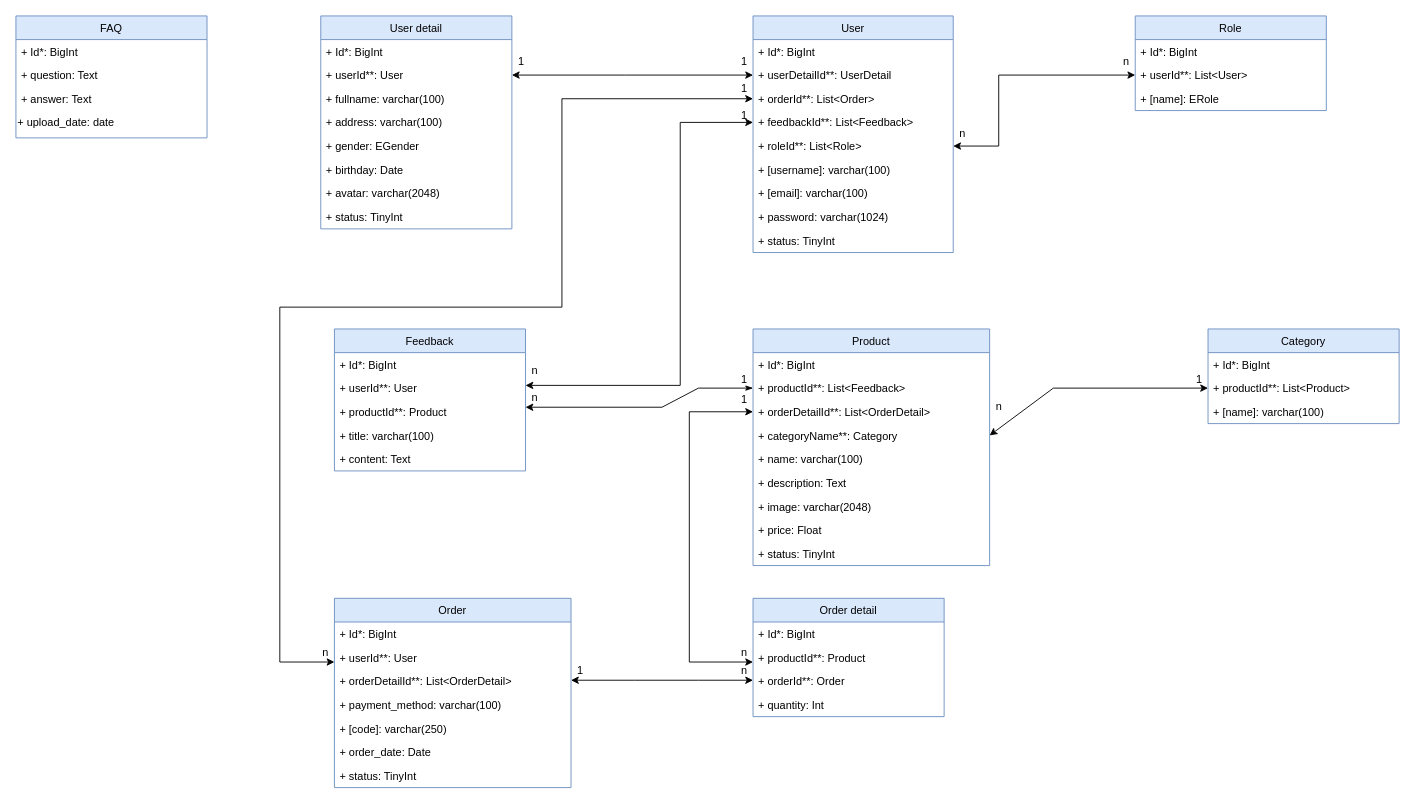
This is Documentations/UML/database_diagram.drawio from sandangt/icecream, a draw.io file, before an edit. Source tidied: cells renumbered, new cells numbered last; positions are measured from the earlier drawing's top-left corner, leaving out a move shared by most shapes. Both pictures are drawn from the tidied source at 91%, with x=0, y=0 at pixel (15, 15).
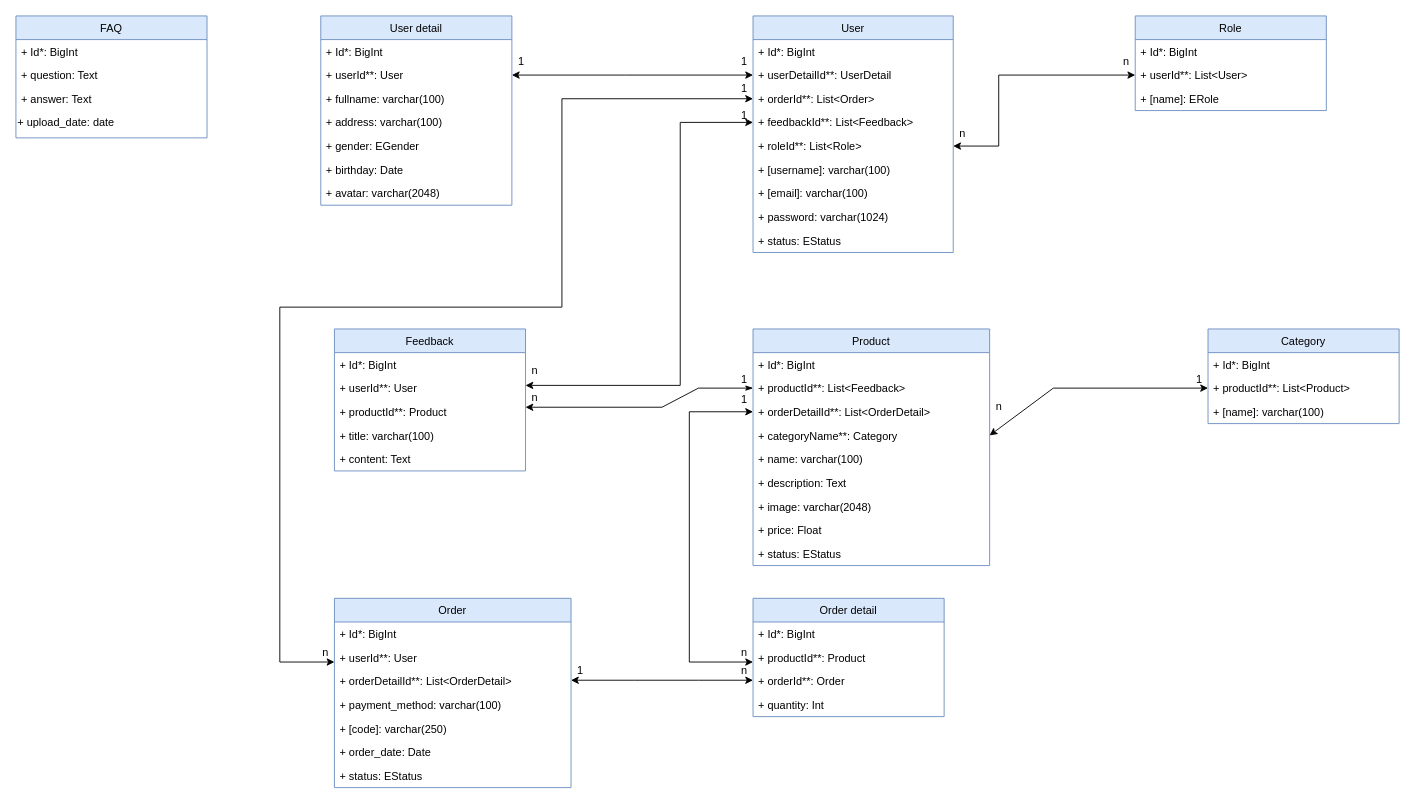
The same page after the edit.

Unchanged cells that the change refers to:
```xml
<mxCell id="2" value="User" style="swimlane;fontStyle=0;horizontal=1;startSize=26;fillColor=#dae8fc;strokeColor=#6c8ebf;" parent="1" vertex="1">
  <mxGeometry x="810" width="220" height="260" as="geometry" />
</mxCell>
<mxCell id="26" value="Product" style="swimlane;fontStyle=0;horizontal=1;startSize=26;fillColor=#dae8fc;strokeColor=#6c8ebf;" parent="1" vertex="1">
  <mxGeometry x="810" y="344" width="260" height="260" as="geometry" />
</mxCell>
<mxCell id="59" value="Order" style="swimlane;fontStyle=0;horizontal=1;startSize=26;fillColor=#dae8fc;strokeColor=#6c8ebf;" parent="1" vertex="1">
  <mxGeometry x="350" y="640" width="260" height="208" as="geometry" />
</mxCell>
```

Change to the diagram source:
```diff
@@
-    <mxCell id="11" value="+ status: TinyInt&#10;" style="text;strokeColor=none;fillColor=none;align=left;verticalAlign=top;spacingLeft=4;spacingRight=4;overflow=hidden;" parent="2" vertex="1">
+    <mxCell id="11" value="+ status: EStatus&#10;" style="text;strokeColor=none;fillColor=none;align=left;verticalAlign=top;spacingLeft=4;spacingRight=4;overflow=hidden;" parent="2" vertex="1">
       <mxGeometry y="234" width="220" height="26" as="geometry" />
     </mxCell>
     <mxCell id="12" value="User detail" style="swimlane;fontStyle=0;horizontal=1;startSize=26;fillColor=#dae8fc;strokeColor=#6c8ebf;" parent="1" vertex="1">
-      <mxGeometry x="335" width="210" height="234" as="geometry" />
+      <mxGeometry x="335" width="210" height="208" as="geometry" />
     </mxCell>
@@
-    <mxCell id="20" value="+ status: TinyInt&#10;" style="text;strokeColor=none;fillColor=none;align=left;verticalAlign=top;spacingLeft=4;spacingRight=4;overflow=hidden;" parent="12" vertex="1">
-      <mxGeometry y="208" width="210" height="26" as="geometry" />
-    </mxCell>
@@
-    <mxCell id="35" value="+ status: TinyInt&#10;" style="text;strokeColor=none;fillColor=none;align=left;verticalAlign=top;spacingLeft=4;spacingRight=4;overflow=hidden;" parent="26" vertex="1">
+    <mxCell id="35" value="+ status: EStatus&#10;" style="text;strokeColor=none;fillColor=none;align=left;verticalAlign=top;spacingLeft=4;spacingRight=4;overflow=hidden;" parent="26" vertex="1">
       <mxGeometry y="234" width="260" height="26" as="geometry" />
     </mxCell>
@@
-    <mxCell id="66" value="+ status: TinyInt&#10;" style="text;strokeColor=none;fillColor=none;align=left;verticalAlign=top;spacingLeft=4;spacingRight=4;overflow=hidden;" parent="59" vertex="1">
+    <mxCell id="66" value="+ status: EStatus&#10;" style="text;strokeColor=none;fillColor=none;align=left;verticalAlign=top;spacingLeft=4;spacingRight=4;overflow=hidden;" parent="59" vertex="1">
       <mxGeometry y="182" width="260" height="26" as="geometry" />
     </mxCell>
```
